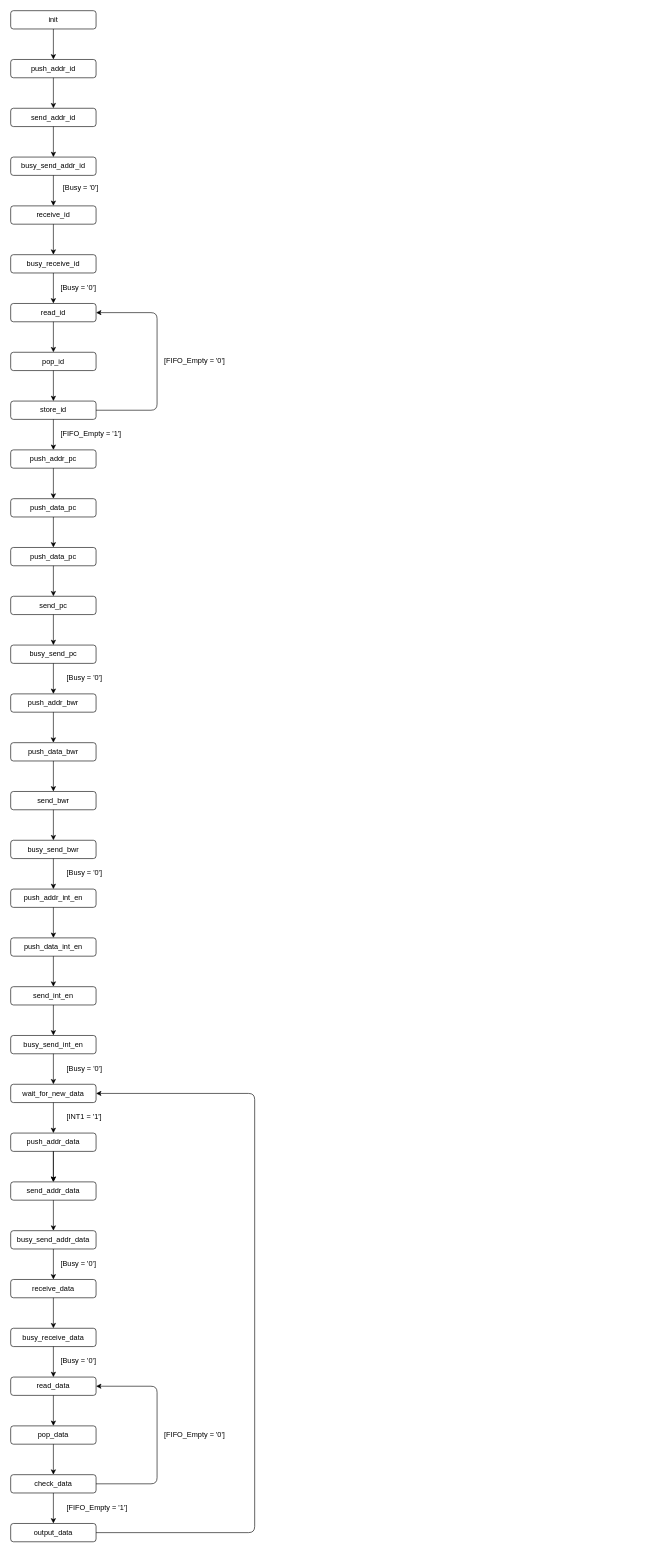
The draw.io diagram docs/diagrams_sources/adxl345_driver_fsm_diagram.drawio in vanill4Sky/fpga-racing-game, before the edit. Source tidied: cells renumbered, new cells numbered last; positions are measured from the earlier drawing's top-left corner, leaving out a move shared by most shapes. Both pictures are drawn from the tidied source at 61%, with x=0, y=0 at pixel (10, 10).
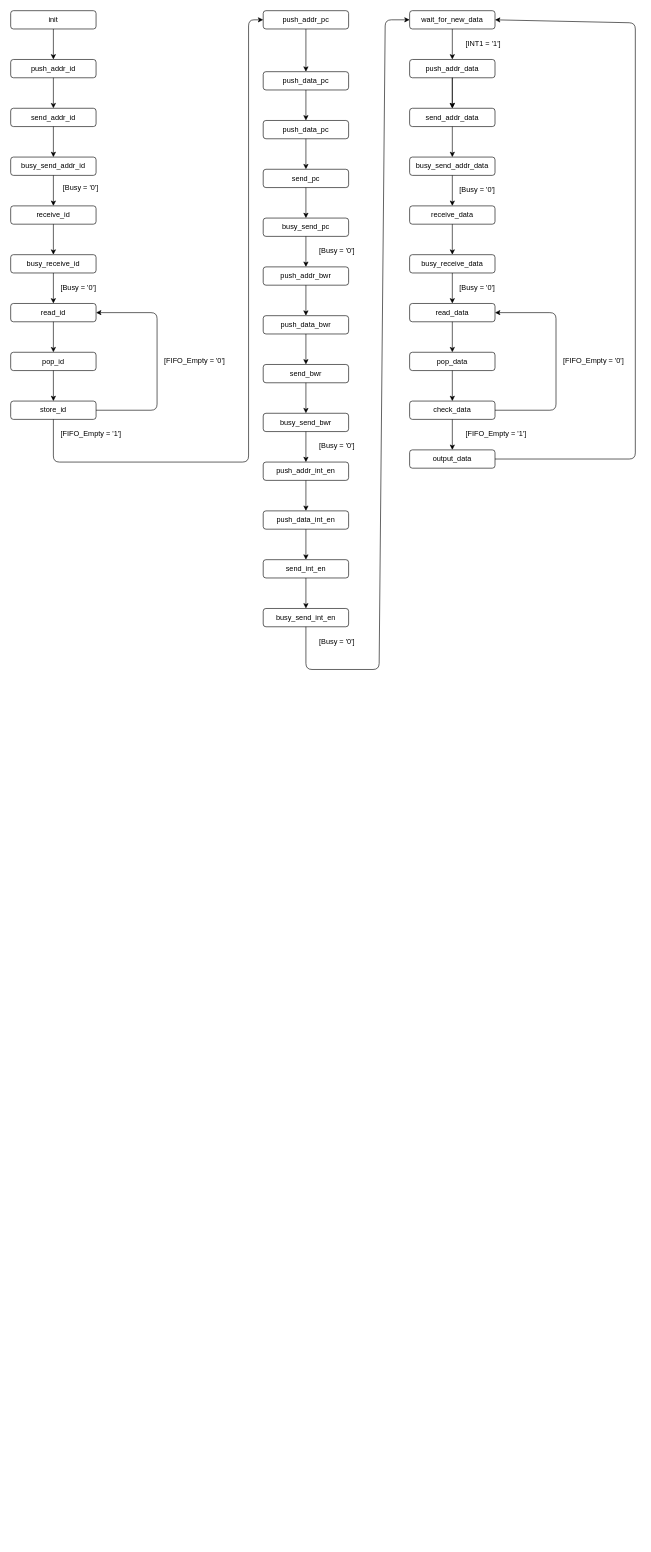
Above is the later version.

The change refers to these unchanged cells:
```xml
<mxCell id="19" value="store_id" style="rounded=1;whiteSpace=wrap;html=1;fontSize=12;glass=0;strokeWidth=1;shadow=0;" parent="1" vertex="1">
  <mxGeometry y="640" width="140" height="30" as="geometry" />
</mxCell>
```

What changed in the source:
```diff
@@
     <mxCell id="21" value="push_addr_pc" style="rounded=1;whiteSpace=wrap;html=1;fontSize=12;glass=0;strokeWidth=1;shadow=0;" parent="1" vertex="1">
-      <mxGeometry y="720" width="140" height="30" as="geometry" />
+      <mxGeometry x="414" width="140" height="30" as="geometry" />
     </mxCell>
-    <mxCell id="22" style="endArrow=classic;html=1;exitX=0.5;exitY=1;exitDx=0;exitDy=0;entryX=0.5;entryY=0;entryDx=0;entryDy=0;" parent="1" edge="1" source="19" target="21">
-      <mxGeometry relative="1" as="geometry" />
+    <mxCell id="22" style="endArrow=classic;html=1;exitX=0.5;exitY=1;exitDx=0;exitDy=0;entryX=0;entryY=0.5;entryDx=0;entryDy=0;" parent="1" edge="1" source="19" target="21">
+      <mxGeometry relative="1" as="geometry">
+        <Array as="points">
+          <mxPoint x="70" y="740" />
+          <mxPoint x="390" y="740" />
+          <mxPoint x="390" y="15" />
+        </Array>
+      </mxGeometry>
     </mxCell>
@@
     <mxCell id="26" value="push_data_pc" style="rounded=1;whiteSpace=wrap;html=1;fontSize=12;glass=0;strokeWidth=1;shadow=0;" parent="1" vertex="1">
-      <mxGeometry y="800" width="140" height="30" as="geometry" />
+      <mxGeometry x="414" y="100" width="140" height="30" as="geometry" />
     </mxCell>
@@
     <mxCell id="28" value="push_data_pc" style="rounded=1;whiteSpace=wrap;html=1;fontSize=12;glass=0;strokeWidth=1;shadow=0;" parent="1" vertex="1">
-      <mxGeometry y="880" width="140" height="30" as="geometry" />
+      <mxGeometry x="414" y="180" width="140" height="30" as="geometry" />
     </mxCell>
@@
     <mxCell id="30" value="send_pc" style="rounded=1;whiteSpace=wrap;html=1;fontSize=12;glass=0;strokeWidth=1;shadow=0;" parent="1" vertex="1">
-      <mxGeometry y="960" width="140" height="30" as="geometry" />
+      <mxGeometry x="414" y="260" width="140" height="30" as="geometry" />
     </mxCell>
     <mxCell id="31" value="busy_send_pc" style="rounded=1;whiteSpace=wrap;html=1;fontSize=12;glass=0;strokeWidth=1;shadow=0;" parent="1" vertex="1">
-      <mxGeometry y="1040" width="140" height="30" as="geometry" />
+      <mxGeometry x="414" y="340" width="140" height="30" as="geometry" />
     </mxCell>
@@
     <mxCell id="34" value="[Busy = '0']" style="text;whiteSpace=wrap;html=1;" parent="1" vertex="1">
-      <mxGeometry x="90" y="1080" width="120" height="30" as="geometry" />
+      <mxGeometry x="504" y="380" width="120" height="30" as="geometry" />
     </mxCell>
     <mxCell id="35" value="push_addr_bwr" style="rounded=1;whiteSpace=wrap;html=1;fontSize=12;glass=0;strokeWidth=1;shadow=0;" parent="1" vertex="1">
-      <mxGeometry y="1120" width="140" height="30" as="geometry" />
+      <mxGeometry x="414" y="420" width="140" height="30" as="geometry" />
     </mxCell>
@@
     <mxCell id="37" value="push_data_bwr" style="rounded=1;whiteSpace=wrap;html=1;fontSize=12;glass=0;strokeWidth=1;shadow=0;" parent="1" vertex="1">
-      <mxGeometry y="1200" width="140" height="30" as="geometry" />
+      <mxGeometry x="414" y="500" width="140" height="30" as="geometry" />
     </mxCell>
@@
     <mxCell id="39" value="send_bwr" style="rounded=1;whiteSpace=wrap;html=1;fontSize=12;glass=0;strokeWidth=1;shadow=0;" parent="1" vertex="1">
-      <mxGeometry y="1280" width="140" height="30" as="geometry" />
+      <mxGeometry x="414" y="580" width="140" height="30" as="geometry" />
     </mxCell>
     <mxCell id="40" value="busy_send_bwr" style="rounded=1;whiteSpace=wrap;html=1;fontSize=12;glass=0;strokeWidth=1;shadow=0;" parent="1" vertex="1">
-      <mxGeometry y="1360" width="140" height="30" as="geometry" />
+      <mxGeometry x="414" y="660" width="140" height="30" as="geometry" />
     </mxCell>
@@
     <mxCell id="43" value="[Busy = '0']" style="text;whiteSpace=wrap;html=1;" parent="1" vertex="1">
-      <mxGeometry x="90" y="1400" width="120" height="30" as="geometry" />
+      <mxGeometry x="504" y="700" width="120" height="30" as="geometry" />
     </mxCell>
     <mxCell id="44" value="push_addr_int_en" style="rounded=1;whiteSpace=wrap;html=1;fontSize=12;glass=0;strokeWidth=1;shadow=0;" parent="1" vertex="1">
-      <mxGeometry y="1440" width="140" height="30" as="geometry" />
+      <mxGeometry x="414" y="740" width="140" height="30" as="geometry" />
     </mxCell>
@@
     <mxCell id="46" value="push_data_int_en" style="rounded=1;whiteSpace=wrap;html=1;fontSize=12;glass=0;strokeWidth=1;shadow=0;" parent="1" vertex="1">
-      <mxGeometry y="1520" width="140" height="30" as="geometry" />
+      <mxGeometry x="414" y="820" width="140" height="30" as="geometry" />
     </mxCell>
@@
     <mxCell id="48" value="send_int_en" style="rounded=1;whiteSpace=wrap;html=1;fontSize=12;glass=0;strokeWidth=1;shadow=0;" parent="1" vertex="1">
-      <mxGeometry y="1600" width="140" height="30" as="geometry" />
+      <mxGeometry x="414" y="900" width="140" height="30" as="geometry" />
     </mxCell>
     <mxCell id="49" value="busy_send_int_en" style="rounded=1;whiteSpace=wrap;html=1;fontSize=12;glass=0;strokeWidth=1;shadow=0;" parent="1" vertex="1">
-      <mxGeometry y="1680" width="140" height="30" as="geometry" />
+      <mxGeometry x="414" y="980" width="140" height="30" as="geometry" />
     </mxCell>
@@
     <mxCell id="52" value="[Busy = '0']" style="text;whiteSpace=wrap;html=1;" parent="1" vertex="1">
-      <mxGeometry x="90" y="1720" width="120" height="30" as="geometry" />
+      <mxGeometry x="504" y="1020" width="120" height="30" as="geometry" />
     </mxCell>
     <mxCell id="53" value="wait_for_new_data" style="rounded=1;whiteSpace=wrap;html=1;fontSize=12;glass=0;strokeWidth=1;shadow=0;" parent="1" vertex="1">
-      <mxGeometry y="1760" width="140" height="30" as="geometry" />
+      <mxGeometry x="654" width="140" height="30" as="geometry" />
     </mxCell>
-    <mxCell id="54" style="endArrow=classic;html=1;exitX=0.5;exitY=1;exitDx=0;exitDy=0;entryX=0.5;entryY=0;entryDx=0;entryDy=0;" parent="1" edge="1" source="49" target="53">
-      <mxGeometry relative="1" as="geometry" />
+    <mxCell id="54" style="endArrow=classic;html=1;exitX=0.5;exitY=1;exitDx=0;exitDy=0;entryX=0;entryY=0.5;entryDx=0;entryDy=0;" parent="1" edge="1" source="49" target="53">
+      <mxGeometry relative="1" as="geometry">
+        <Array as="points">
+          <mxPoint x="484" y="1080" />
+          <mxPoint x="604" y="1080" />
+          <mxPoint x="614" y="15" />
+        </Array>
+      </mxGeometry>
     </mxCell>
     <mxCell id="55" value="push_addr_data" style="rounded=1;whiteSpace=wrap;html=1;fontSize=12;glass=0;strokeWidth=1;shadow=0;" parent="1" vertex="1">
-      <mxGeometry y="1840" width="140" height="30" as="geometry" />
+      <mxGeometry x="654" y="80" width="140" height="30" as="geometry" />
     </mxCell>
@@
     <mxCell id="57" value="[INT1 = '1']" style="text;whiteSpace=wrap;html=1;" parent="1" vertex="1">
-      <mxGeometry x="90" y="1800" width="120" height="30" as="geometry" />
+      <mxGeometry x="744" y="40" width="120" height="30" as="geometry" />
     </mxCell>
     <mxCell id="58" value="send_addr_data" style="rounded=1;whiteSpace=wrap;html=1;fontSize=12;glass=0;strokeWidth=1;shadow=0;" parent="1" vertex="1">
-      <mxGeometry y="1920" width="140" height="30" as="geometry" />
+      <mxGeometry x="654" y="160" width="140" height="30" as="geometry" />
     </mxCell>
@@
     <mxCell id="60" value="busy_send_addr_data" style="rounded=1;whiteSpace=wrap;html=1;fontSize=12;glass=0;strokeWidth=1;shadow=0;" parent="1" vertex="1">
-      <mxGeometry y="2000" width="140" height="30" as="geometry" />
+      <mxGeometry x="654" y="240" width="140" height="30" as="geometry" />
     </mxCell>
     <mxCell id="61" style="endArrow=classic;html=1;exitX=0.5;exitY=1;exitDx=0;exitDy=0;entryX=0.5;entryY=0;entryDx=0;entryDy=0;" parent="1" edge="1">
       <mxGeometry relative="1" as="geometry">
-        <mxPoint x="70" y="1870" as="sourcePoint" />
-        <mxPoint x="70" y="1920" as="targetPoint" />
+        <mxPoint x="724" y="110" as="sourcePoint" />
+        <mxPoint x="724" y="160" as="targetPoint" />
       </mxGeometry>
     </mxCell>
@@
     <mxCell id="63" value="receive_data" style="rounded=1;whiteSpace=wrap;html=1;fontSize=12;glass=0;strokeWidth=1;shadow=0;" parent="1" vertex="1">
-      <mxGeometry y="2080" width="140" height="30" as="geometry" />
+      <mxGeometry x="654" y="320" width="140" height="30" as="geometry" />
     </mxCell>
@@
     <mxCell id="65" value="[Busy = '0']" style="text;whiteSpace=wrap;html=1;" parent="1" vertex="1">
-      <mxGeometry x="80" y="2040" width="120" height="30" as="geometry" />
+      <mxGeometry x="734" y="280" width="120" height="30" as="geometry" />
     </mxCell>
     <mxCell id="66" value="busy_receive_data" style="rounded=1;whiteSpace=wrap;html=1;fontSize=12;glass=0;strokeWidth=1;shadow=0;" parent="1" vertex="1">
-      <mxGeometry y="2160" width="140" height="30" as="geometry" />
+      <mxGeometry x="654" y="400" width="140" height="30" as="geometry" />
     </mxCell>
@@
     <mxCell id="68" value="read_data" style="rounded=1;whiteSpace=wrap;html=1;fontSize=12;glass=0;strokeWidth=1;shadow=0;" parent="1" vertex="1">
-      <mxGeometry y="2240" width="140" height="30" as="geometry" />
+      <mxGeometry x="654" y="480" width="140" height="30" as="geometry" />
     </mxCell>
@@
     <mxCell id="70" value="[Busy = '0']" style="text;whiteSpace=wrap;html=1;" parent="1" vertex="1">
-      <mxGeometry x="80" y="2200" width="120" height="30" as="geometry" />
+      <mxGeometry x="734" y="440" width="120" height="30" as="geometry" />
     </mxCell>
     <mxCell id="71" value="pop_data" style="rounded=1;whiteSpace=wrap;html=1;fontSize=12;glass=0;strokeWidth=1;shadow=0;" parent="1" vertex="1">
-      <mxGeometry y="2320" width="140" height="30" as="geometry" />
+      <mxGeometry x="654" y="560" width="140" height="30" as="geometry" />
     </mxCell>
@@
     <mxCell id="73" value="check_data" style="rounded=1;whiteSpace=wrap;html=1;fontSize=12;glass=0;strokeWidth=1;shadow=0;" parent="1" vertex="1">
-      <mxGeometry y="2400" width="140" height="30" as="geometry" />
+      <mxGeometry x="654" y="640" width="140" height="30" as="geometry" />
     </mxCell>
@@
     <mxCell id="75" value="output_data" style="rounded=1;whiteSpace=wrap;html=1;fontSize=12;glass=0;strokeWidth=1;shadow=0;" parent="1" vertex="1">
-      <mxGeometry y="2480" width="140" height="30" as="geometry" />
+      <mxGeometry x="654" y="720" width="140" height="30" as="geometry" />
     </mxCell>
@@
     <mxCell id="77" value="[FIFO_Empty = '1']" style="text;whiteSpace=wrap;html=1;" parent="1" vertex="1">
-      <mxGeometry x="90" y="2440" width="120" height="30" as="geometry" />
+      <mxGeometry x="744" y="680" width="120" height="30" as="geometry" />
     </mxCell>
     <mxCell id="78" style="endArrow=classic;html=1;exitX=1;exitY=0.5;exitDx=0;exitDy=0;entryX=1;entryY=0.5;entryDx=0;entryDy=0;" parent="1" edge="1" source="73" target="68">
       <mxGeometry relative="1" as="geometry">
         <Array as="points">
-          <mxPoint x="240" y="2415" />
-          <mxPoint x="240" y="2255" />
+          <mxPoint x="894" y="655" />
+          <mxPoint x="894" y="495" />
         </Array>
       </mxGeometry>
     </mxCell>
     <mxCell id="79" value="[FIFO_Empty = '0']" style="text;whiteSpace=wrap;html=1;" parent="1" vertex="1">
-      <mxGeometry x="250" y="2320" width="120" height="30" as="geometry" />
+      <mxGeometry x="904" y="560" width="120" height="30" as="geometry" />
     </mxCell>
     <mxCell id="80" style="endArrow=classic;html=1;exitX=1;exitY=0.5;exitDx=0;exitDy=0;entryX=1;entryY=0.5;entryDx=0;entryDy=0;" parent="1" edge="1" source="75" target="53">
       <mxGeometry relative="1" as="geometry">
         <Array as="points">
-          <mxPoint x="400" y="2495" />
-          <mxPoint x="400" y="1775" />
+          <mxPoint x="1024" y="735" />
+          <mxPoint x="1024" y="20" />
         </Array>
       </mxGeometry>
     </mxCell>
```
